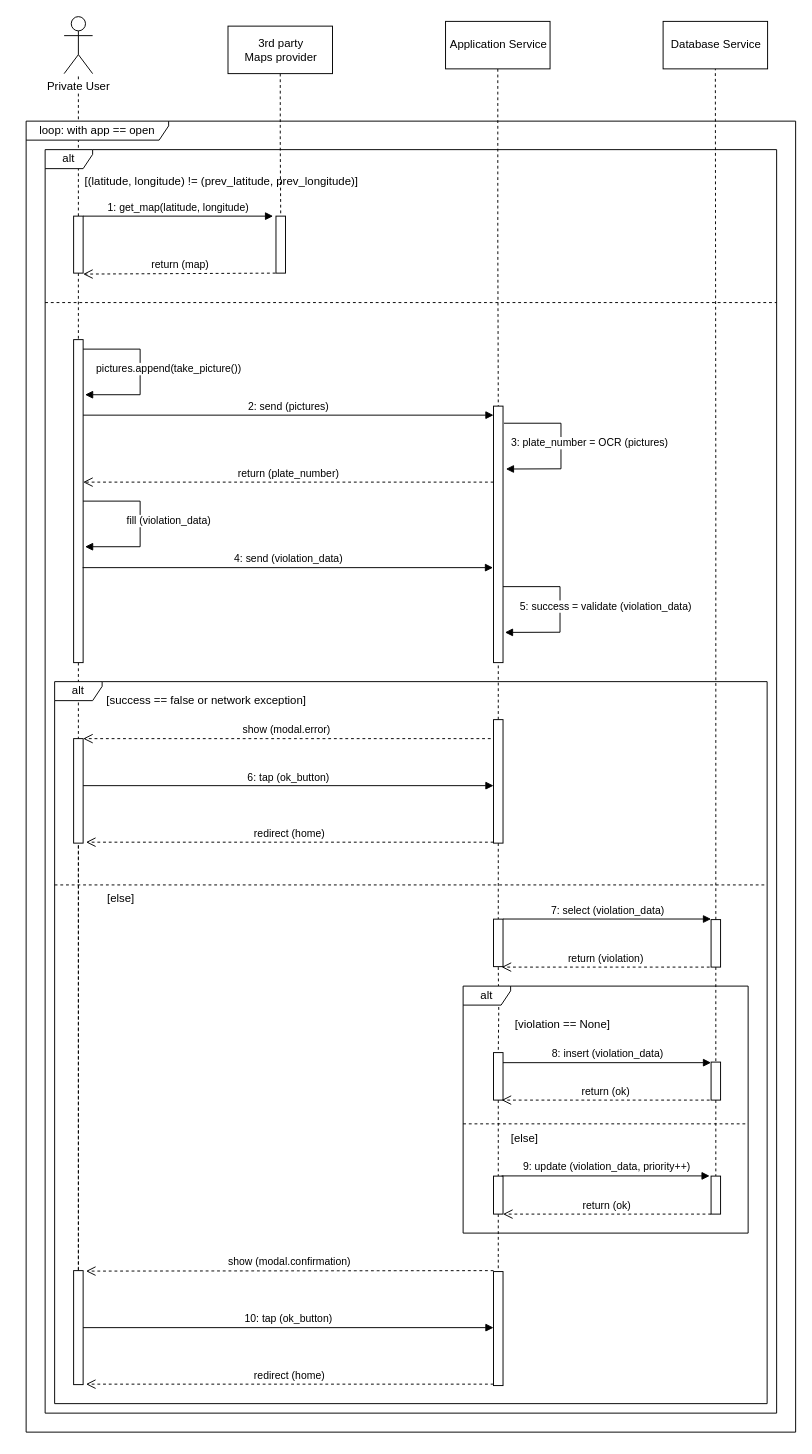
Earlier version of the draw.io diagram RASD/assets/sequence_diagrams/workflow_private_subject.drawio (Tallino/DaneseSavoldelli). Source tidied: cells renumbered, new cells numbered last; positions are measured from the earlier drawing's top-left corner, leaving out a move shared by most shapes. Both pictures are drawn from the tidied source at 95%, with x=0, y=0 at pixel (26, 16).
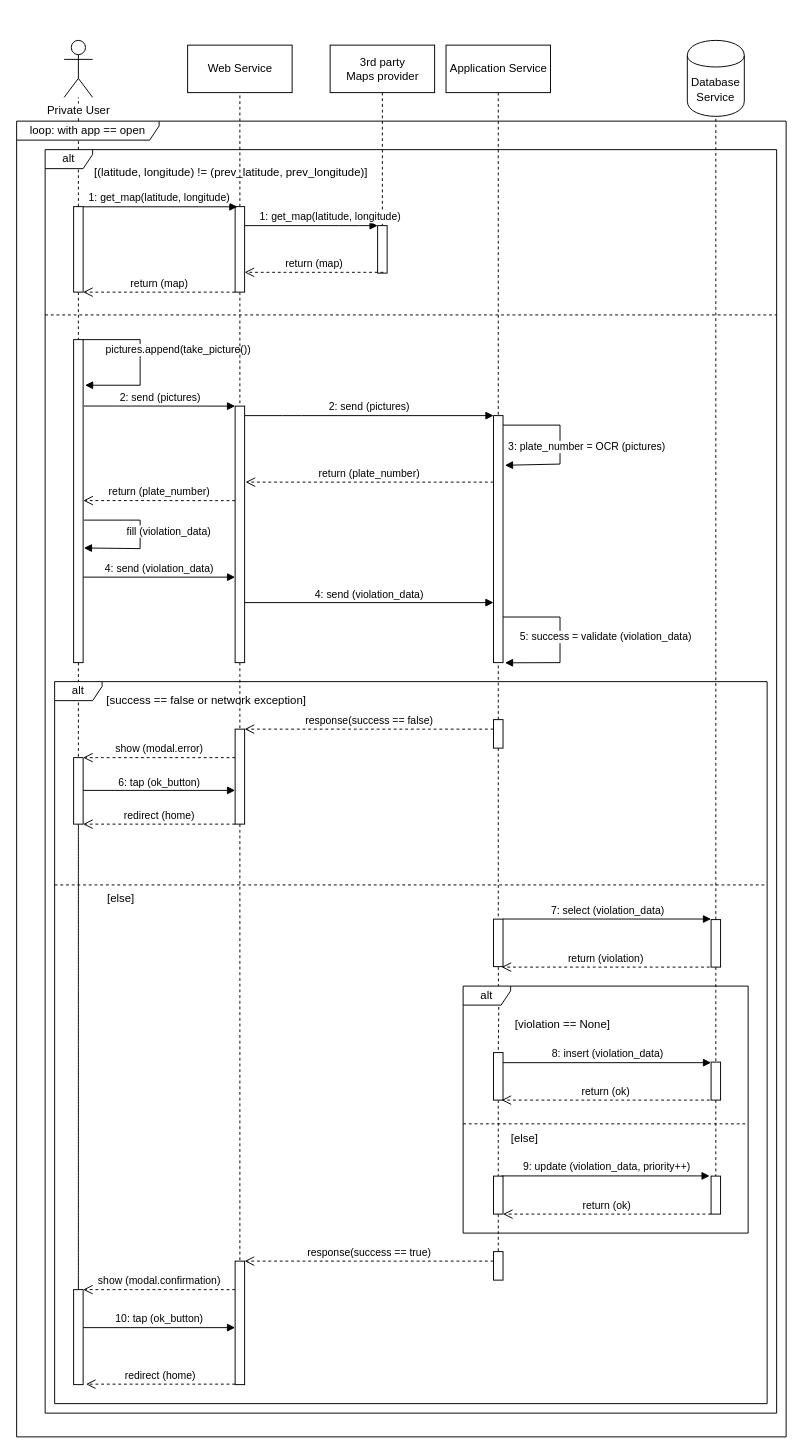
The same page after the edit.

The change refers to these unchanged cells:
```xml
<mxCell id="12" style="html=1;points=[];perimeter=orthogonalPerimeter;" parent="1" vertex="1">
  <mxGeometry x="50" y="340" width="10" height="340" as="geometry" />
</mxCell>
<mxCell id="39" style="html=1;points=[];perimeter=orthogonalPerimeter;" parent="1" vertex="1">
  <mxGeometry x="721" y="950.5" width="10" height="50" as="geometry" />
</mxCell>
```

What changed in the source:
```diff
@@
     <mxCell id="8" value="loop: with app == open" style="shape=umlFrame;whiteSpace=wrap;html=1;width=150;height=20;" parent="1" vertex="1">
-      <mxGeometry y="110" width="810" height="1380" as="geometry" />
+      <mxGeometry x="-10" y="110" width="810" height="1385" as="geometry" />
     </mxCell>
     <mxCell id="9" value="Private User" style="shape=umlActor;verticalLabelPosition=bottom;labelBackgroundColor=#ffffff;verticalAlign=top;html=1;outlineConnect=0;" parent="1" vertex="1">
-      <mxGeometry x="40" width="30" height="60" as="geometry" />
+      <mxGeometry x="40" y="25" width="30" height="60" as="geometry" />
     </mxCell>
@@
     <mxCell id="11" style="html=1;points=[];perimeter=orthogonalPerimeter;" parent="1" vertex="1">
-      <mxGeometry x="50" y="210" width="10" height="60" as="geometry" />
+      <mxGeometry x="50" y="200" width="10" height="90" as="geometry" />
     </mxCell>
@@
     <mxCell id="14" style="html=1;points=[];perimeter=orthogonalPerimeter;" parent="1" vertex="1">
-      <mxGeometry x="50" y="1320" width="10" height="120" as="geometry" />
+      <mxGeometry x="50" y="1340" width="10" height="100" as="geometry" />
     </mxCell>
     <mxCell id="15" style="html=1;points=[];perimeter=orthogonalPerimeter;" parent="1" vertex="1">
-      <mxGeometry x="263" y="210" width="10" height="60" as="geometry" />
+      <mxGeometry x="370" y="220" width="10" height="50" as="geometry" />
     </mxCell>
@@
     <mxCell id="17" value="3rd party&lt;br&gt;Maps provider" style="html=1;" parent="1" vertex="1">
-      <mxGeometry x="212.5" y="10" width="110" height="50" as="geometry" />
+      <mxGeometry x="320" y="30" width="110" height="50" as="geometry" />
     </mxCell>
-    <mxCell id="18" value="Database Service" style="html=1;" parent="1" vertex="1">
-      <mxGeometry x="670.5" y="5" width="110" height="50" as="geometry" />
-    </mxCell>
@@
     <mxCell id="20" value="Application Service" style="html=1;" parent="1" vertex="1">
-      <mxGeometry x="441.5" y="5" width="110" height="50" as="geometry" />
+      <mxGeometry x="442" y="30" width="110" height="50" as="geometry" />
     </mxCell>
     <mxCell id="21" style="html=1;points=[];perimeter=orthogonalPerimeter;" parent="1" vertex="1">
-      <mxGeometry x="492" y="410" width="10" height="270" as="geometry" />
+      <mxGeometry x="492" y="420" width="10" height="260" as="geometry" />
     </mxCell>
@@
     <mxCell id="26" style="html=1;points=[];perimeter=orthogonalPerimeter;" parent="1" vertex="1">
-      <mxGeometry x="492" y="1321" width="10" height="120" as="geometry" />
+      <mxGeometry x="492" y="1300" width="10" height="30" as="geometry" />
     </mxCell>
-    <mxCell id="27" value="1: get_map(latitude, longitude)" style="html=1;verticalAlign=bottom;endArrow=block;" parent="1" edge="1">
-      <mxGeometry relative="1" as="geometry">
-        <mxPoint x="60" y="210" as="sourcePoint" />
-        <mxPoint x="260" y="210" as="targetPoint" />
+    <mxCell id="27" value="1: get_map(latitude, longitude)" style="html=1;verticalAlign=bottom;endArrow=block;" parent="1" edge="1" source="70" target="15">
+      <mxGeometry x="0.57" y="-20" relative="1" as="geometry">
+        <Array as="points">
+          <mxPoint x="340" y="220" />
+        </Array>
+        <mxPoint x="-20" y="-20" as="offset" />
       </mxGeometry>
     </mxCell>
-    <mxCell id="28" value="return (map)" style="html=1;verticalAlign=bottom;endArrow=open;dashed=1;endSize=8;" parent="1" edge="1">
-      <mxGeometry relative="1" as="geometry">
-        <mxPoint x="262.5" y="270" as="sourcePoint" />
-        <mxPoint x="60" y="271" as="targetPoint" />
-      </mxGeometry>
+    <mxCell id="28" value="return (map)" style="html=1;verticalAlign=bottom;endArrow=open;dashed=1;endSize=8;exitX=0.6;exitY=0.983;exitDx=0;exitDy=0;exitPerimeter=0;" parent="1" edge="1" source="15" target="70">
+      <mxGeometry relative="1" as="geometry" />
     </mxCell>
     <mxCell id="29" style="line;strokeWidth=1;fillColor=none;align=left;verticalAlign=middle;spacingTop=-1;spacingLeft=3;spacingRight=3;labelPosition=right;dashed=1;" parent="1" vertex="1">
-      <mxGeometry x="20" y="297" width="770" height="8" as="geometry" />
+      <mxGeometry x="20" y="310" width="770" height="8" as="geometry" />
     </mxCell>
     <mxCell id="30" value="[(latitude, longitude) != (prev_latitude, prev_longitude)]" style="text;html=1;" parent="1" vertex="1">
-      <mxGeometry x="60" y="160" width="300" height="30" as="geometry" />
+      <mxGeometry x="70" y="150" width="300" height="30" as="geometry" />
     </mxCell>
     <mxCell id="31" value="pictures.append(take_picture())" style="html=1;verticalAlign=bottom;endArrow=block;rounded=0;" parent="1" edge="1">
-      <mxGeometry x="0.08" y="30" relative="1" as="geometry">
-        <mxPoint x="60" y="350" as="sourcePoint" />
-        <mxPoint x="62" y="398" as="targetPoint" />
+      <mxGeometry x="-0.04" y="40" relative="1" as="geometry">
+        <mxPoint x="60" y="340" as="sourcePoint" />
+        <mxPoint x="62" y="388" as="targetPoint" />
         <Array as="points">
-          <mxPoint x="120" y="350" />
-          <mxPoint x="120" y="370" />
-          <mxPoint x="120" y="398" />
+          <mxPoint x="120" y="340" />
+          <mxPoint x="120" y="360" />
+          <mxPoint x="120" y="388" />
         </Array>
       </mxGeometry>
     </mxCell>
-    <mxCell id="32" value="2: send (pictures)" style="html=1;verticalAlign=bottom;endArrow=block;" parent="1" edge="1" target="21">
+    <mxCell id="32" value="2: send (pictures)" style="html=1;verticalAlign=bottom;endArrow=block;" parent="1" edge="1" source="72" target="21">
       <mxGeometry relative="1" as="geometry">
-        <mxPoint x="60" y="419.5" as="sourcePoint" />
+        <Array as="points">
+          <mxPoint x="280" y="420" />
+        </Array>
       </mxGeometry>
     </mxCell>
-    <mxCell id="33" value="3: plate_number = OCR (pictures)" style="html=1;verticalAlign=bottom;endArrow=block;entryX=1.2;entryY=0.728;entryDx=0;entryDy=0;entryPerimeter=0;rounded=0;" parent="1" edge="1">
-      <mxGeometry x="0.08" y="30" relative="1" as="geometry">
-        <mxPoint x="503" y="428" as="sourcePoint" />
-        <mxPoint x="505" y="476.2" as="targetPoint" />
+    <mxCell id="33" value="3: plate_number = OCR (pictures)" style="html=1;verticalAlign=bottom;endArrow=block;entryX=1.2;entryY=0.201;entryDx=0;entryDy=0;entryPerimeter=0;rounded=0;" parent="1" edge="1" target="21">
+      <mxGeometry x="0.16" y="28" relative="1" as="geometry">
+        <mxPoint x="502" y="430" as="sourcePoint" />
         <Array as="points">
-          <mxPoint x="563" y="428" />
-          <mxPoint x="563" y="448" />
-          <mxPoint x="563" y="476" />
+          <mxPoint x="562" y="430" />
+          <mxPoint x="562" y="450" />
+          <mxPoint x="562" y="471" />
         </Array>
       </mxGeometry>
     </mxCell>
-    <mxCell id="34" value="return (plate_number)" style="html=1;verticalAlign=bottom;endArrow=open;dashed=1;endSize=8;" parent="1" edge="1" target="12">
-      <mxGeometry relative="1" as="geometry">
-        <mxPoint x="492" y="490" as="sourcePoint" />
-      </mxGeometry>
-    </mxCell>
-    <mxCell id="35" value="4: send (violation_data)" style="html=1;verticalAlign=bottom;endArrow=block;" parent="1" edge="1">
+    <mxCell id="35" value="4: send (violation_data)" style="html=1;verticalAlign=bottom;endArrow=block;" parent="1" edge="1" target="72">
       <mxGeometry relative="1" as="geometry">
-        <mxPoint x="59.5" y="580" as="sourcePoint" />
-        <mxPoint x="491.5" y="580" as="targetPoint" />
+        <mxPoint x="60" y="590" as="sourcePoint" />
       </mxGeometry>
     </mxCell>
     <mxCell id="36" value="5: success = validate (violation_data)" style="html=1;verticalAlign=bottom;endArrow=block;entryX=1.2;entryY=0.728;entryDx=0;entryDy=0;entryPerimeter=0;rounded=0;" parent="1" edge="1">
       <mxGeometry x="0.08" y="48" relative="1" as="geometry">
-        <mxPoint x="502" y="600" as="sourcePoint" />
-        <mxPoint x="504" y="648.2" as="targetPoint" />
+        <mxPoint x="502" y="632" as="sourcePoint" />
+        <mxPoint x="504" y="680.2" as="targetPoint" />
         <Array as="points">
-          <mxPoint x="562" y="600" />
-          <mxPoint x="562" y="620" />
-          <mxPoint x="562" y="648" />
+          <mxPoint x="562" y="632" />
+          <mxPoint x="562" y="652" />
+          <mxPoint x="562" y="680" />
         </Array>
       </mxGeometry>
     </mxCell>
-    <mxCell id="37" style="edgeStyle=orthogonalEdgeStyle;rounded=0;jettySize=auto;html=1;endArrow=none;endFill=0;entryX=0.5;entryY=1;entryDx=0;entryDy=0;dashed=1;" parent="1" edge="1" source="39" target="18">
+    <mxCell id="37" style="edgeStyle=orthogonalEdgeStyle;rounded=0;jettySize=auto;html=1;endArrow=none;endFill=0;dashed=1;entryX=0.5;entryY=1;entryDx=0;entryDy=0;" parent="1" edge="1" source="39" target="18">
       <mxGeometry relative="1" as="geometry" />
     </mxCell>
@@
-    <mxCell id="52" value="show (modal.confirmation)" style="html=1;verticalAlign=bottom;endArrow=open;dashed=1;endSize=8;" parent="1" edge="1">
+    <mxCell id="52" value="show (modal.confirmation)" style="html=1;verticalAlign=bottom;endArrow=open;dashed=1;endSize=8;" parent="1" edge="1" source="75" target="14">
       <mxGeometry relative="1" as="geometry">
-        <mxPoint x="492" y="1320" as="sourcePoint" />
-        <mxPoint x="63" y="1320.5" as="targetPoint" />
+        <Array as="points">
+          <mxPoint x="110" y="1340" />
+        </Array>
       </mxGeometry>
     </mxCell>
@@
     <mxCell id="56" style="html=1;points=[];perimeter=orthogonalPerimeter;" parent="1" vertex="1">
-      <mxGeometry x="492" y="740" width="10" height="130" as="geometry" />
+      <mxGeometry x="492" y="740" width="10" height="30" as="geometry" />
     </mxCell>
@@
-    <mxCell id="58" value="fill (violation_data)" style="html=1;verticalAlign=bottom;endArrow=block;rounded=0;" parent="1" edge="1">
+    <mxCell id="58" value="fill (violation_data)" style="html=1;verticalAlign=bottom;endArrow=block;rounded=0;entryX=1.08;entryY=0.645;entryDx=0;entryDy=0;entryPerimeter=0;" parent="1" edge="1" target="12">
       <mxGeometry x="0.08" y="30" relative="1" as="geometry">
-        <mxPoint x="60" y="510" as="sourcePoint" />
-        <mxPoint x="62" y="558" as="targetPoint" />
+        <mxPoint x="61" y="530" as="sourcePoint" />
         <Array as="points">
-          <mxPoint x="120" y="510" />
           <mxPoint x="120" y="530" />
-          <mxPoint x="120" y="558" />
+          <mxPoint x="120" y="541" />
+          <mxPoint x="120" y="560" />
         </Array>
       </mxGeometry>
     </mxCell>
@@
     <mxCell id="61" style="html=1;points=[];perimeter=orthogonalPerimeter;" parent="1" vertex="1">
-      <mxGeometry x="50" y="760" width="10" height="110" as="geometry" />
+      <mxGeometry x="50" y="780" width="10" height="70" as="geometry" />
     </mxCell>
-    <mxCell id="62" value="show (modal.error)" style="html=1;verticalAlign=bottom;endArrow=open;dashed=1;endSize=8;" parent="1" edge="1" target="61">
+    <mxCell id="62" value="show (modal.error)" style="html=1;verticalAlign=bottom;endArrow=open;dashed=1;endSize=8;" parent="1" edge="1" source="74" target="61">
       <mxGeometry relative="1" as="geometry">
-        <mxPoint x="489" y="760" as="sourcePoint" />
+        <Array as="points">
+          <mxPoint x="80" y="780" />
+        </Array>
       </mxGeometry>
     </mxCell>
     <mxCell id="63" value="6: tap (ok_button)" style="html=1;verticalAlign=bottom;endArrow=block;" parent="1" edge="1">
       <mxGeometry relative="1" as="geometry">
-        <mxPoint x="60" y="809.5" as="sourcePoint" />
-        <mxPoint x="492" y="809.5" as="targetPoint" />
+        <mxPoint x="60" y="814.5" as="sourcePoint" />
+        <mxPoint x="220" y="814.5" as="targetPoint" />
       </mxGeometry>
     </mxCell>
-    <mxCell id="64" value="redirect (home)" style="html=1;verticalAlign=bottom;endArrow=open;dashed=1;endSize=8;" parent="1" edge="1">
+    <mxCell id="64" value="redirect (home)" style="html=1;verticalAlign=bottom;endArrow=open;dashed=1;endSize=8;" parent="1" edge="1" source="74">
       <mxGeometry relative="1" as="geometry">
-        <mxPoint x="492" y="869" as="sourcePoint" />
-        <mxPoint x="63" y="869" as="targetPoint" />
+        <mxPoint x="60" y="850" as="targetPoint" />
       </mxGeometry>
     </mxCell>
-    <mxCell id="65" value="10: tap (ok_button)" style="html=1;verticalAlign=bottom;endArrow=block;" parent="1" edge="1">
+    <mxCell id="65" value="10: tap (ok_button)" style="html=1;verticalAlign=bottom;endArrow=block;" parent="1" edge="1" target="75">
       <mxGeometry relative="1" as="geometry">
         <mxPoint x="60" y="1380" as="sourcePoint" />
-        <mxPoint x="492" y="1380" as="targetPoint" />
       </mxGeometry>
     </mxCell>
-    <mxCell id="66" value="redirect (home)" style="html=1;verticalAlign=bottom;endArrow=open;dashed=1;endSize=8;" parent="1" edge="1">
+    <mxCell id="66" value="redirect (home)" style="html=1;verticalAlign=bottom;endArrow=open;dashed=1;endSize=8;" parent="1" edge="1" source="75">
       <mxGeometry relative="1" as="geometry">
-        <mxPoint x="492" y="1439.5" as="sourcePoint" />
         <mxPoint x="63" y="1439.5" as="targetPoint" />
       </mxGeometry>
     </mxCell>
+    <mxCell id="67" value="Web Service" style="html=1;" parent="1" vertex="1">
+      <mxGeometry x="170" y="30" width="110" height="50" as="geometry" />
+    </mxCell>
+    <mxCell id="68" style="edgeStyle=orthogonalEdgeStyle;rounded=0;jettySize=auto;html=1;labelBackgroundColor=none;startArrow=none;startFill=0;endArrow=none;endFill=0;entryX=0.5;entryY=1;entryDx=0;entryDy=0;dashed=1;" parent="1" edge="1" source="70" target="67">
+      <mxGeometry relative="1" as="geometry" />
+    </mxCell>
+    <mxCell id="69" style="edgeStyle=orthogonalEdgeStyle;rounded=0;jettySize=auto;html=1;dashed=1;labelBackgroundColor=none;startArrow=none;startFill=0;endArrow=none;endFill=0;" parent="1" edge="1" source="70" target="72">
+      <mxGeometry relative="1" as="geometry" />
+    </mxCell>
+    <mxCell id="70" style="html=1;points=[];perimeter=orthogonalPerimeter;" parent="1" vertex="1">
+      <mxGeometry x="220" y="200" width="10" height="90" as="geometry" />
+    </mxCell>
+    <mxCell id="71" style="edgeStyle=orthogonalEdgeStyle;rounded=0;jettySize=auto;html=1;dashed=1;labelBackgroundColor=none;startArrow=none;startFill=0;endArrow=none;endFill=0;" parent="1" edge="1" source="72" target="74">
+      <mxGeometry relative="1" as="geometry" />
+    </mxCell>
+    <mxCell id="72" style="html=1;points=[];perimeter=orthogonalPerimeter;" parent="1" vertex="1">
+      <mxGeometry x="220" y="410" width="10" height="270" as="geometry" />
+    </mxCell>
+    <mxCell id="73" style="edgeStyle=orthogonalEdgeStyle;rounded=0;jettySize=auto;html=1;dashed=1;labelBackgroundColor=none;startArrow=none;startFill=0;endArrow=none;endFill=0;" parent="1" edge="1" source="74" target="75">
+      <mxGeometry relative="1" as="geometry" />
+    </mxCell>
+    <mxCell id="74" style="html=1;points=[];perimeter=orthogonalPerimeter;" parent="1" vertex="1">
+      <mxGeometry x="220" y="750" width="10" height="100" as="geometry" />
+    </mxCell>
+    <mxCell id="75" style="html=1;points=[];perimeter=orthogonalPerimeter;" parent="1" vertex="1">
+      <mxGeometry x="220" y="1310" width="10" height="130" as="geometry" />
+    </mxCell>
+    <mxCell id="76" value="1: get_map(latitude, longitude)" style="html=1;verticalAlign=bottom;endArrow=block;entryX=0.24;entryY=0.002;entryDx=0;entryDy=0;entryPerimeter=0;" parent="1" edge="1" source="11" target="70">
+      <mxGeometry x="-0.01" relative="1" as="geometry" />
+    </mxCell>
+    <mxCell id="77" value="return (map)" style="html=1;verticalAlign=bottom;endArrow=open;dashed=1;endSize=8;" parent="1" edge="1" source="70" target="11">
+      <mxGeometry relative="1" as="geometry">
+        <Array as="points">
+          <mxPoint x="190" y="290" />
+        </Array>
+      </mxGeometry>
+    </mxCell>
+    <mxCell id="78" value="2: send (pictures)" style="html=1;verticalAlign=bottom;endArrow=block;exitX=1.28;exitY=0.78;exitDx=0;exitDy=0;exitPerimeter=0;" parent="1" edge="1">
+      <mxGeometry relative="1" as="geometry">
+        <mxPoint x="60.8" y="409.9" as="sourcePoint" />
+        <mxPoint x="220" y="410" as="targetPoint" />
+      </mxGeometry>
+    </mxCell>
+    <mxCell id="34" value="return (plate_number)" style="html=1;verticalAlign=bottom;endArrow=open;dashed=1;endSize=8;" parent="1" edge="1">
+      <mxGeometry relative="1" as="geometry">
+        <mxPoint x="492" y="490" as="sourcePoint" />
+        <mxPoint x="231" y="490" as="targetPoint" />
+      </mxGeometry>
+    </mxCell>
+    <mxCell id="79" value="return (plate_number)" style="html=1;verticalAlign=bottom;endArrow=open;dashed=1;endSize=8;entryX=1.12;entryY=0.922;entryDx=0;entryDy=0;entryPerimeter=0;" parent="1" edge="1">
+      <mxGeometry relative="1" as="geometry">
+        <mxPoint x="220" y="509.5" as="sourcePoint" />
+        <mxPoint x="60.2" y="509.4" as="targetPoint" />
+      </mxGeometry>
+    </mxCell>
+    <mxCell id="80" value="4: send (violation_data)" style="html=1;verticalAlign=bottom;endArrow=block;exitX=1.04;exitY=0.766;exitDx=0;exitDy=0;exitPerimeter=0;" parent="1" edge="1" source="72" target="21">
+      <mxGeometry relative="1" as="geometry" />
+    </mxCell>
+    <mxCell id="81" value="response(success == true)" style="html=1;verticalAlign=bottom;endArrow=open;dashed=1;endSize=8;" parent="1" edge="1" target="75">
+      <mxGeometry relative="1" as="geometry">
+        <mxPoint x="492" y="1310" as="sourcePoint" />
+        <Array as="points">
+          <mxPoint x="382" y="1310" />
+        </Array>
+      </mxGeometry>
+    </mxCell>
+    <mxCell id="82" value="response(success == false)" style="html=1;verticalAlign=bottom;endArrow=open;dashed=1;endSize=8;" parent="1" edge="1" target="74">
+      <mxGeometry relative="1" as="geometry">
+        <mxPoint x="492" y="750" as="sourcePoint" />
+        <Array as="points">
+          <mxPoint x="352" y="750" />
+        </Array>
+      </mxGeometry>
+    </mxCell>
+    <mxCell id="18" value="Database Service" style="shape=cylinder;whiteSpace=wrap;html=1;boundedLbl=1;backgroundOutline=1;" parent="1" vertex="1">
+      <mxGeometry x="696" y="25" width="60" height="80" as="geometry" />
+    </mxCell>
```
